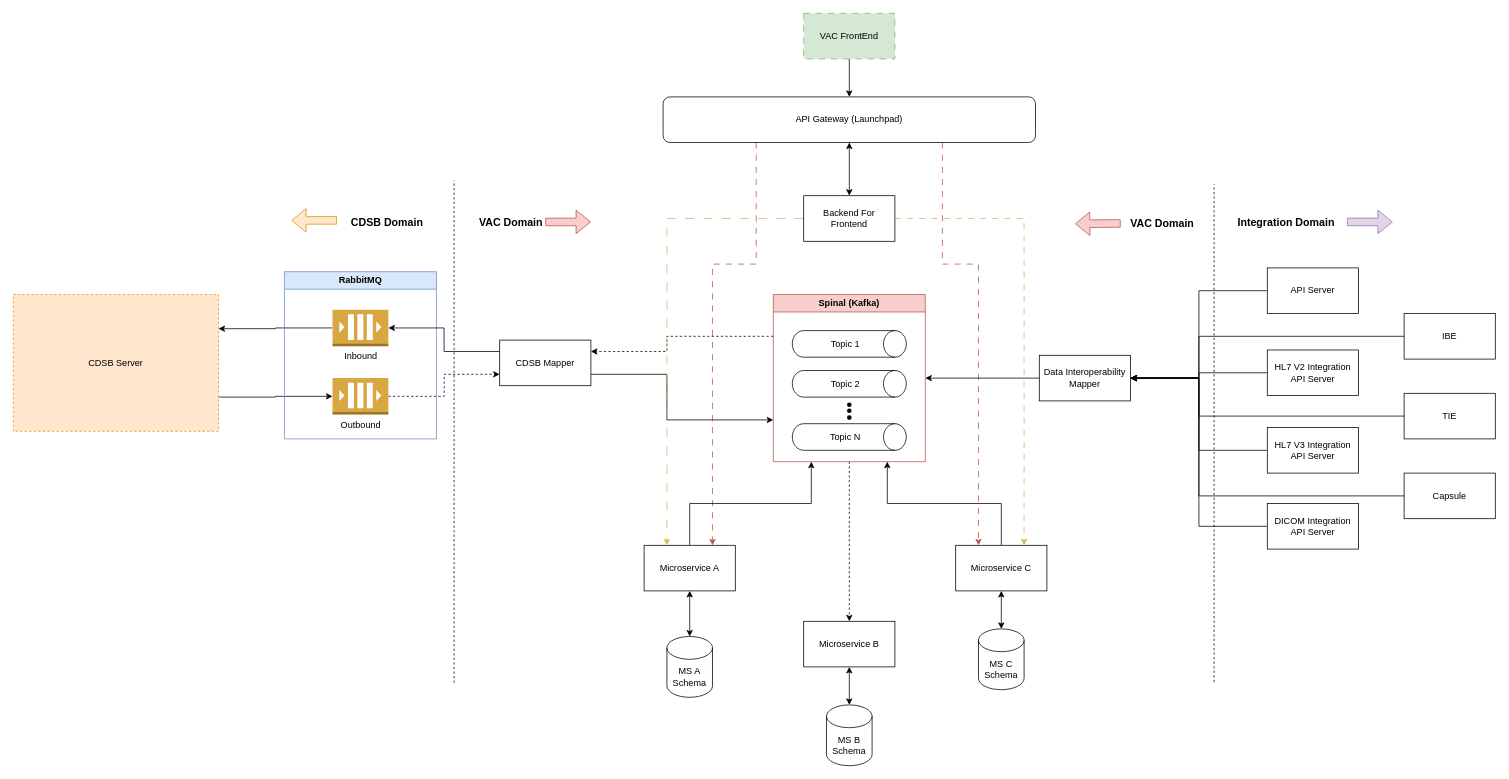
This is VAC NextGen.drawio from ez-philips/draw_io_diagrams, a draw.io file, before an edit. Source tidied: cells renumbered, new cells numbered last; positions are measured from the earlier drawing's top-left corner, leaving out a move shared by most shapes. Both pictures are drawn from the tidied source at 76%, with x=0, y=0 at pixel (13, 13).
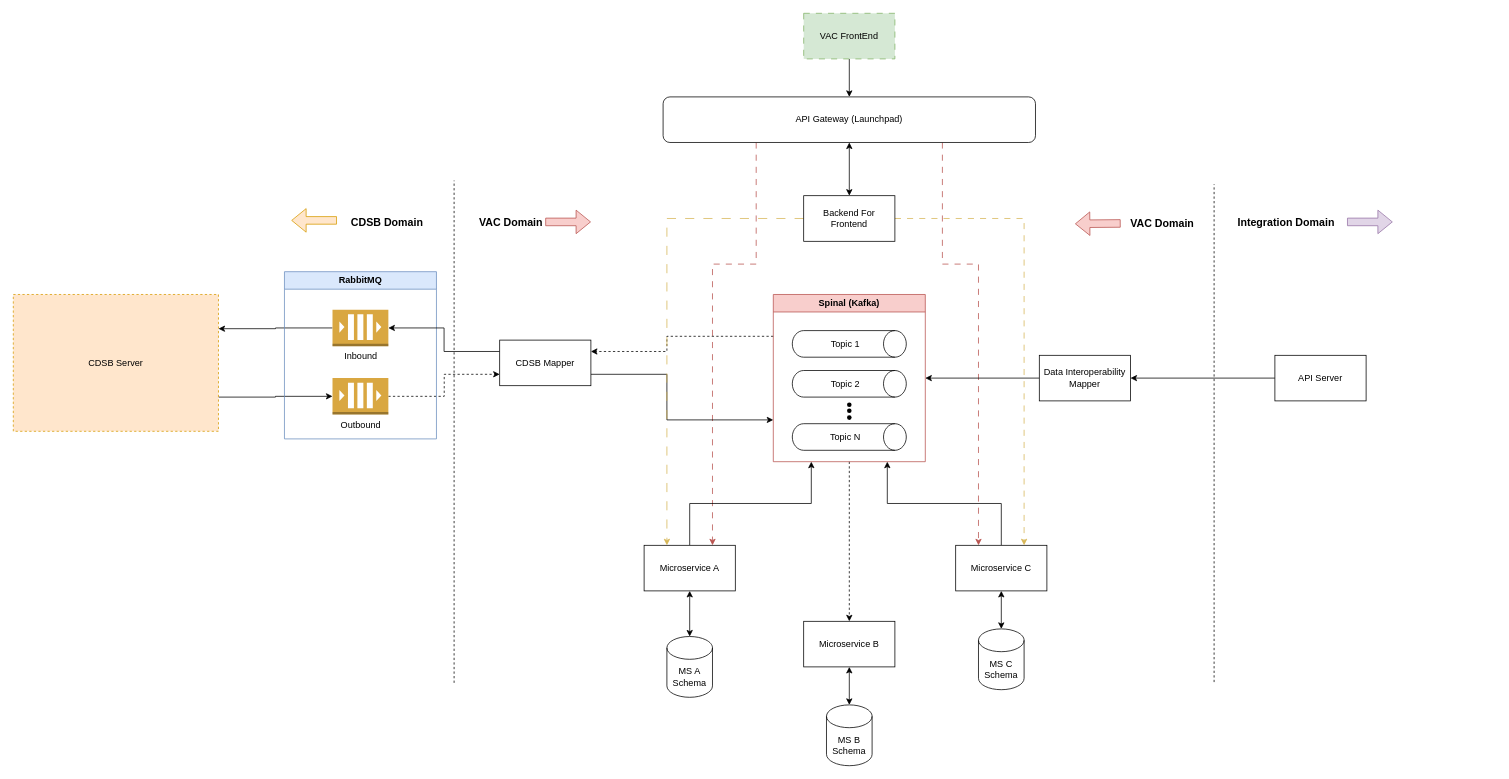
After the change.

Unchanged cells that the change refers to:
```xml
<mxCell id="66" value="Data Interoperability Mapper" style="rounded=0;whiteSpace=wrap;html=1;" parent="1" vertex="1">
  <mxGeometry x="1350" y="450" width="120" height="60" as="geometry" />
</mxCell>
```

The edit, as a diff of the source:
```diff
@@
     <mxCell id="57" style="edgeStyle=orthogonalEdgeStyle;rounded=0;jettySize=auto;html=1;entryX=1;entryY=0.5;entryDx=0;entryDy=0;" parent="1" edge="1" source="58" target="66">
-      <mxGeometry relative="1" as="geometry">
-        <Array as="points">
-          <mxPoint x="1560" y="365" />
-          <mxPoint x="1560" y="480" />
-        </Array>
-      </mxGeometry>
+      <mxGeometry relative="1" as="geometry" />
     </mxCell>
     <mxCell id="58" value="API Server" style="rounded=0;whiteSpace=wrap;html=1;" parent="1" vertex="1">
-      <mxGeometry x="1650" y="335" width="120" height="60" as="geometry" />
+      <mxGeometry x="1660" y="450" width="120" height="60" as="geometry" />
     </mxCell>
-    <mxCell id="59" style="edgeStyle=orthogonalEdgeStyle;rounded=0;jettySize=auto;html=1;entryX=1;entryY=0.5;entryDx=0;entryDy=0;" parent="1" edge="1" source="60" target="66">
-      <mxGeometry relative="1" as="geometry">
-        <Array as="points">
-          <mxPoint x="1560" y="473" />
-          <mxPoint x="1560" y="480" />
-        </Array>
-      </mxGeometry>
-    </mxCell>
-    <mxCell id="60" value="HL7 V2 Integration API Server" style="rounded=0;whiteSpace=wrap;html=1;" parent="1" vertex="1">
-      <mxGeometry x="1650" y="443" width="120" height="60" as="geometry" />
-    </mxCell>
-    <mxCell id="61" style="edgeStyle=orthogonalEdgeStyle;rounded=0;jettySize=auto;html=1;entryX=1;entryY=0.5;entryDx=0;entryDy=0;" parent="1" edge="1" source="62" target="66">
-      <mxGeometry relative="1" as="geometry">
-        <Array as="points">
-          <mxPoint x="1560" y="575" />
-          <mxPoint x="1560" y="480" />
-        </Array>
-      </mxGeometry>
-    </mxCell>
-    <mxCell id="62" value="HL7 V3 Integration API Server" style="rounded=0;whiteSpace=wrap;html=1;" parent="1" vertex="1">
-      <mxGeometry x="1650" y="545" width="120" height="60" as="geometry" />
-    </mxCell>
-    <mxCell id="63" style="edgeStyle=orthogonalEdgeStyle;rounded=0;jettySize=auto;html=1;entryX=1;entryY=0.5;entryDx=0;entryDy=0;" parent="1" edge="1" source="64" target="66">
-      <mxGeometry relative="1" as="geometry">
-        <Array as="points">
-          <mxPoint x="1560" y="675" />
-          <mxPoint x="1560" y="480" />
-        </Array>
-      </mxGeometry>
-    </mxCell>
-    <mxCell id="64" value="DICOM Integration API Server" style="rounded=0;whiteSpace=wrap;html=1;" parent="1" vertex="1">
-      <mxGeometry x="1650" y="645" width="120" height="60" as="geometry" />
-    </mxCell>
@@
-    <mxCell id="70" style="edgeStyle=orthogonalEdgeStyle;rounded=0;jettySize=auto;html=1;entryX=1;entryY=0.5;entryDx=0;entryDy=0;" parent="1" edge="1" source="71" target="66">
-      <mxGeometry relative="1" as="geometry">
-        <Array as="points">
-          <mxPoint x="1560" y="425" />
-          <mxPoint x="1560" y="480" />
-        </Array>
-      </mxGeometry>
-    </mxCell>
-    <mxCell id="71" value="IBE" style="rounded=0;whiteSpace=wrap;html=1;" parent="1" vertex="1">
-      <mxGeometry x="1830" y="395" width="120" height="60" as="geometry" />
-    </mxCell>
-    <mxCell id="72" style="edgeStyle=orthogonalEdgeStyle;rounded=0;jettySize=auto;html=1;entryX=1;entryY=0.5;entryDx=0;entryDy=0;" parent="1" edge="1" source="73" target="66">
-      <mxGeometry relative="1" as="geometry">
-        <Array as="points">
-          <mxPoint x="1560" y="530" />
-          <mxPoint x="1560" y="480" />
-        </Array>
-      </mxGeometry>
-    </mxCell>
-    <mxCell id="73" value="TIE" style="rounded=0;whiteSpace=wrap;html=1;" parent="1" vertex="1">
-      <mxGeometry x="1830" y="500" width="120" height="60" as="geometry" />
-    </mxCell>
-    <mxCell id="74" style="edgeStyle=orthogonalEdgeStyle;rounded=0;jettySize=auto;html=1;entryX=1;entryY=0.5;entryDx=0;entryDy=0;" parent="1" edge="1" source="75" target="66">
-      <mxGeometry relative="1" as="geometry">
-        <Array as="points">
-          <mxPoint x="1560" y="635" />
-          <mxPoint x="1560" y="480" />
-        </Array>
-      </mxGeometry>
-    </mxCell>
-    <mxCell id="75" value="Capsule" style="rounded=0;whiteSpace=wrap;html=1;" parent="1" vertex="1">
-      <mxGeometry x="1830" y="605" width="120" height="60" as="geometry" />
-    </mxCell>
```
